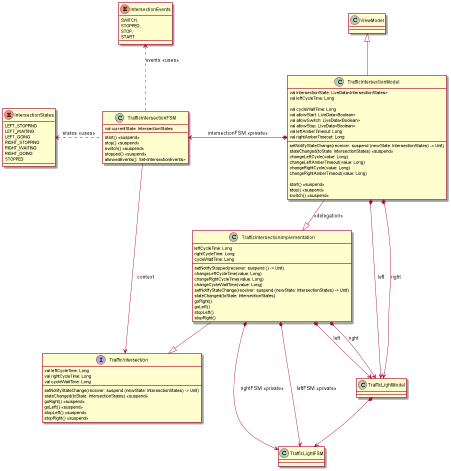
This is traffic-intersection-model.png from open-jumpco/kfsm-android-compose-traffic, a PlantUML export, as it was before one commit. The source it was exported from:
```plantuml
@startuml
enum IntersectionStates {
    LEFT_STOPPING
    LEFT_WAITING
    LEFT_GOING
    RIGHT_STOPPING
    RIGHT_WAITING
    RIGHT_GOING
    STOPPED
}

enum IntersectionEvents {
    SWITCH,
    STOPPED,
    STOP,
    START
}

interface TrafficIntersection {
    val leftCycleTime: Long
    val rightCycleTime: Long
    val cycleWaitTime: Long
    setNotifyStateChange(receiver: suspend (newState: IntersectionStates) -> Unit)
    stateChanged(toState: IntersectionStates) <<suspend>>
    goRight() <<suspend>>
    goLeft() <<suspend>>
    stopLeft() <<suspend>>
    stopRight() <<suspend>>
}

class TrafficIntersectionFSM {
    val currentState: IntersectionStates
    start() <<suspend>>
    stop() <<suspend>>
    switch() <<suspend>>
    stopped() <<suspend>>
    allowedEvents(): Set<IntersectionEvents>
}

TrafficIntersectionFSM --> TrafficIntersection: context
TrafficIntersectionFSM .up.> IntersectionEvents: events <<uses>>
TrafficIntersectionFSM .left.> IntersectionStates: states <<uses>>

class TrafficIntersectionImplementation {
    leftCycleTime: Long
    rightCycleTime: Long
    cycleWaitTime: Long
    setNotifyStopped(receiver: suspend () -> Unit)
    changeLeftCycleTime(value: Long)
    changeRightCycleTime(value: Long)
    changeCycleWaitTime(value: Long)
    setNotifyStateChange(receiver: suspend (newState: IntersectionStates) -> Unit)
    stateChanged(toState: IntersectionStates)
    goRight()
    goLeft()
    stopLeft()
    stopRight()
}

TrafficIntersectionImplementation --|> TrafficIntersection
TrafficIntersectionImplementation *--> TrafficLightFSM: rightFSM <<private>>
TrafficIntersectionImplementation *--> TrafficLightFSM: leftFSM <<private>>
TrafficIntersectionImplementation *--> TrafficLightModel: left
TrafficIntersectionImplementation *--> TrafficLightModel: right

TrafficLightModel *--> TrafficLightFSM

class TrafficIntersectionModel {

    val intersectionState: LiveData<IntersectionStates>
    val leftCycleTime: Long

    val cycleWaitTime: Long
    val allowStart: LiveData<Boolean>
    val allowSwitch: LiveData<Boolean>
    val allowStop: LiveData<Boolean>
    val leftAmberTimeout: Long
    val rightAmberTimeout: Long

    setNotifyStateChange(receiver: suspend (newState: IntersectionStates) -> Unit)
    stateChanged(toState: IntersectionStates) <<suspend>>
    changeLeftCycle(value: Long)
    changeLeftAmberTimeout(value: Long)
    changeRightCycle(value: Long)
    changeRightAmberTimeout(value: Long)

    start() <<suspend>>
    stop() <<suspend>>
    switch() <<suspend>>
}
TrafficIntersectionModel -up-|> ViewModel
TrafficIntersectionModel *-left-> TrafficIntersectionFSM: intersectionFSM <<private>>
TrafficIntersectionModel *--> TrafficLightModel: left
TrafficIntersectionModel *--> TrafficLightModel: right
TrafficIntersectionModel -down-|> TrafficIntersectionImplementation: <<delegation>>
@enduml
```
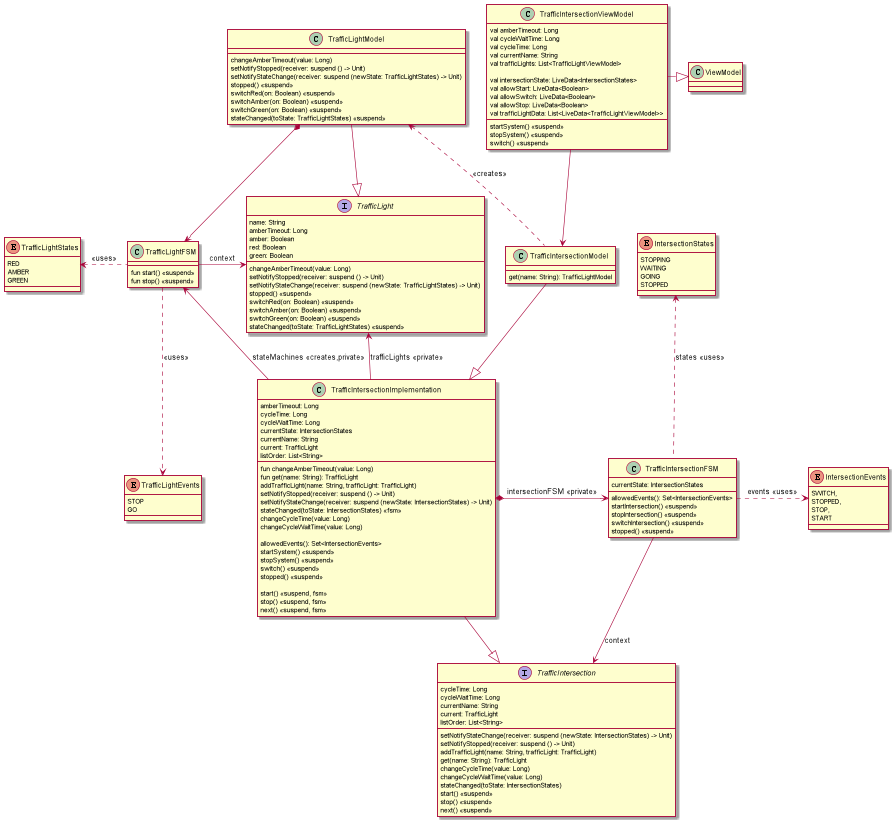
After the change.

Diff of the diagram source:
```diff
@@ -1,11 +1,61 @@
 @startuml
+
+enum TrafficLightStates {
+    RED
+    AMBER
+    GREEN
+}
+
+enum TrafficLightEvents {
+    STOP
+    GO
+}
+
+interface TrafficLight {
+    name: String
+    amberTimeout: Long
+    amber: Boolean
+    red: Boolean
+    green: Boolean
+
+    changeAmberTimeout(value: Long)
+    setNotifyStopped(receiver: suspend () -> Unit)
+    setNotifyStateChange(receiver: suspend (newState: TrafficLightStates) -> Unit)
+    stopped() <<suspend>>
+    switchRed(on: Boolean) <<suspend>>
+    switchAmber(on: Boolean) <<suspend>>
+    switchGreen(on: Boolean) <<suspend>>
+    stateChanged(toState: TrafficLightStates) <<suspend>>
+}
+
+class TrafficLightFSM {
+    fun start() <<suspend>>
+    fun stop() <<suspend>>
+}
+
+TrafficLightFSM .left.> TrafficLightStates: <<uses>>
+TrafficLightFSM ..> TrafficLightEvents: <<uses>>
+TrafficLightFSM -right-> TrafficLight: context
+
+class TrafficLightModel {
+    changeAmberTimeout(value: Long)
+    setNotifyStopped(receiver: suspend () -> Unit)
+    setNotifyStateChange(receiver: suspend (newState: TrafficLightStates) -> Unit)
+    stopped() <<suspend>>
+    switchRed(on: Boolean) <<suspend>>
+    switchAmber(on: Boolean) <<suspend>>
+    switchGreen(on: Boolean) <<suspend>>
+    stateChanged(toState: TrafficLightStates) <<suspend>>
+}
+
+TrafficLightModel -left-|> TrafficLight
+TrafficLightModel *--> TrafficLightFSM
+
+
 enum IntersectionStates {
-    LEFT_STOPPING
-    LEFT_WAITING
-    LEFT_GOING
-    RIGHT_STOPPING
-    RIGHT_WAITING
-    RIGHT_GOING
+    STOPPING
+    WAITING
+    GOING
     STOPPED
 }
 
@@ -17,80 +67,96 @@
 }
 
 interface TrafficIntersection {
-    val leftCycleTime: Long
-    val rightCycleTime: Long
-    val cycleWaitTime: Long
+    cycleTime: Long
+    cycleWaitTime: Long
     setNotifyStateChange(receiver: suspend (newState: IntersectionStates) -> Unit)
-    stateChanged(toState: IntersectionStates) <<suspend>>
-    goRight() <<suspend>>
-    goLeft() <<suspend>>
-    stopLeft() <<suspend>>
-    stopRight() <<suspend>>
+    setNotifyStopped(receiver: suspend () -> Unit)
+    addTrafficLight(name: String, trafficLight: TrafficLight)
+    currentName: String
+    current: TrafficLight
+    listOrder: List<String>
+    get(name: String): TrafficLight
+    changeCycleTime(value: Long)
+    changeCycleWaitTime(value: Long)
+    stateChanged(toState: IntersectionStates)
+    start() <<suspend>>
+    stop() <<suspend>>
+    next() <<suspend>>
 }
 
 class TrafficIntersectionFSM {
-    val currentState: IntersectionStates
-    start() <<suspend>>
-    stop() <<suspend>>
-    switch() <<suspend>>
+    currentState: IntersectionStates
+    allowedEvents(): Set<IntersectionEvents>
+    startIntersection() <<suspend>>
+    stopIntersection() <<suspend>>
+    switchIntersection() <<suspend>>
     stopped() <<suspend>>
-    allowedEvents(): Set<IntersectionEvents>
 }
 
 TrafficIntersectionFSM --> TrafficIntersection: context
-TrafficIntersectionFSM .up.> IntersectionEvents: events <<uses>>
-TrafficIntersectionFSM .left.> IntersectionStates: states <<uses>>
+TrafficIntersectionFSM .right.> IntersectionEvents: events <<uses>>
+TrafficIntersectionFSM .up.> IntersectionStates: states <<uses>>
 
 class TrafficIntersectionImplementation {
-    leftCycleTime: Long
-    rightCycleTime: Long
+    amberTimeout: Long
+    cycleTime: Long
     cycleWaitTime: Long
+    currentState: IntersectionStates
+    currentName: String
+    current: TrafficLight
+    listOrder: List<String>
+    fun changeAmberTimeout(value: Long)
+    fun get(name: String): TrafficLight
+    addTrafficLight(name: String, trafficLight: TrafficLight)
     setNotifyStopped(receiver: suspend () -> Unit)
-    changeLeftCycleTime(value: Long)
-    changeRightCycleTime(value: Long)
+    setNotifyStateChange(receiver: suspend (newState: IntersectionStates) -> Unit)
+    stateChanged(toState: IntersectionStates) <<fsm>>
+    changeCycleTime(value: Long)
     changeCycleWaitTime(value: Long)
-    setNotifyStateChange(receiver: suspend (newState: IntersectionStates) -> Unit)
-    stateChanged(toState: IntersectionStates)
-    goRight()
-    goLeft()
-    stopLeft()
-    stopRight()
+
+    allowedEvents(): Set<IntersectionEvents>
+    startSystem() <<suspend>>
+    stopSystem() <<suspend>>
+    switch() <<suspend>>
+    stopped() <<suspend>>
+
+    start() <<suspend, fsm>>
+    stop() <<suspend, fsm>>
+    next() <<suspend, fsm>>
 }
 
 TrafficIntersectionImplementation --|> TrafficIntersection
-TrafficIntersectionImplementation *--> TrafficLightFSM: rightFSM <<private>>
-TrafficIntersectionImplementation *--> TrafficLightFSM: leftFSM <<private>>
-TrafficIntersectionImplementation *--> TrafficLightModel: left
-TrafficIntersectionImplementation *--> TrafficLightModel: right
+TrafficIntersectionImplementation *-right-> TrafficIntersectionFSM: intersectionFSM <<private>>
+TrafficIntersectionImplementation -left-> TrafficLightFSM: stateMachines <<creates,private>>
+TrafficIntersectionImplementation -up-> TrafficLight: trafficLights <<private>>
 
-TrafficLightModel *--> TrafficLightFSM
 
 class TrafficIntersectionModel {
+    get(name: String): TrafficLightModel
+}
+
+TrafficIntersectionModel .left.> TrafficLightModel: <<creates>>
+TrafficIntersectionModel -down-|> TrafficIntersectionImplementation
+
+class TrafficIntersectionViewModel {
+    val amberTimeout: Long
+    val cycleWaitTime: Long
+    val cycleTime: Long
+    val currentName: String
+    val trafficLights: List<TrafficLightViewModel>
 
     val intersectionState: LiveData<IntersectionStates>
-    val leftCycleTime: Long
-
-    val cycleWaitTime: Long
     val allowStart: LiveData<Boolean>
     val allowSwitch: LiveData<Boolean>
     val allowStop: LiveData<Boolean>
-    val leftAmberTimeout: Long
-    val rightAmberTimeout: Long
+    val trafficLightData: List<LiveData<TrafficLightViewModel>>
 
-    setNotifyStateChange(receiver: suspend (newState: IntersectionStates) -> Unit)
-    stateChanged(toState: IntersectionStates) <<suspend>>
-    changeLeftCycle(value: Long)
-    changeLeftAmberTimeout(value: Long)
-    changeRightCycle(value: Long)
-    changeRightAmberTimeout(value: Long)
-
-    start() <<suspend>>
-    stop() <<suspend>>
+    startSystem() <<suspend>>
+    stopSystem() <<suspend>>
     switch() <<suspend>>
 }
-TrafficIntersectionModel -up-|> ViewModel
-TrafficIntersectionModel *-left-> TrafficIntersectionFSM: intersectionFSM <<private>>
-TrafficIntersectionModel *--> TrafficLightModel: left
-TrafficIntersectionModel *--> TrafficLightModel: right
-TrafficIntersectionModel -down-|> TrafficIntersectionImplementation: <<delegation>>
+
+TrafficIntersectionViewModel --> TrafficIntersectionModel
+TrafficIntersectionViewModel -right-|> ViewModel
+
 @enduml
```
